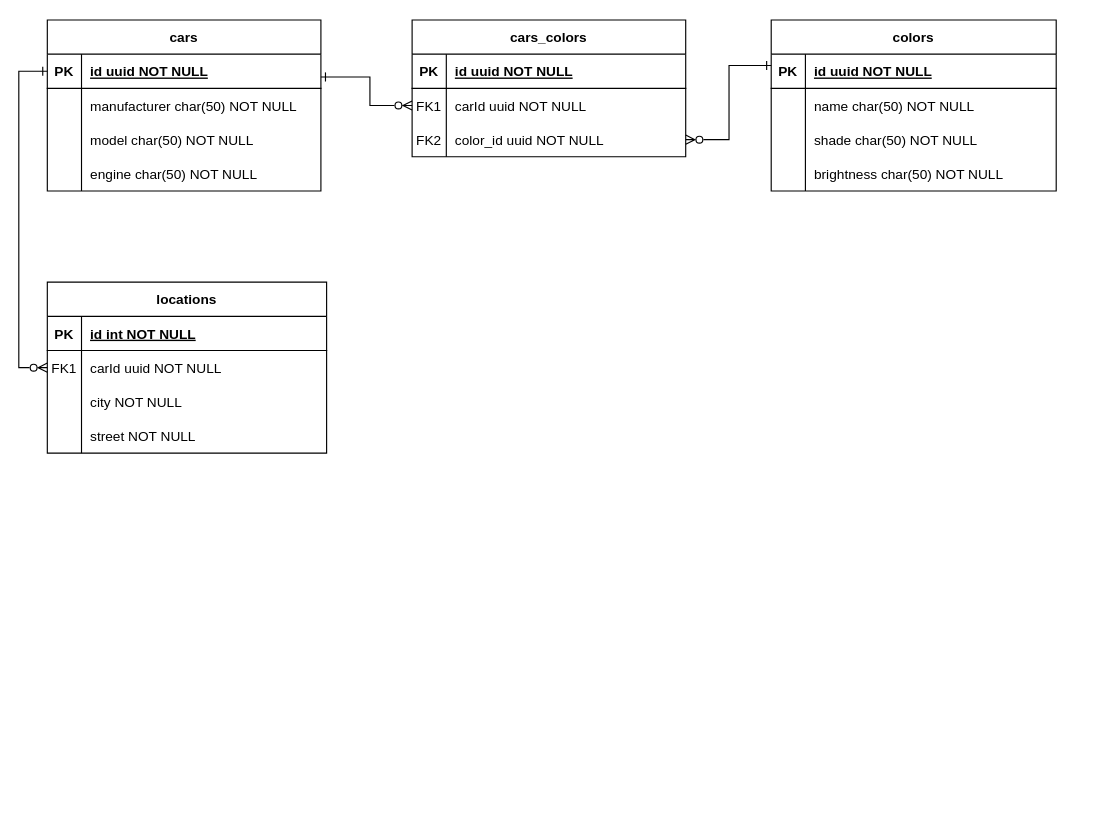
Before: ERD/nestjs-entity-demo.drawio.xml in kseventech/nestjs-entity-demo, a draw.io diagram. Source tidied: cells renumbered, new cells numbered last; positions are measured from the earlier drawing's top-left corner, leaving out a move shared by most shapes. Both pictures are drawn from the tidied source at 114%, with x=0, y=0 at pixel (18, 19).
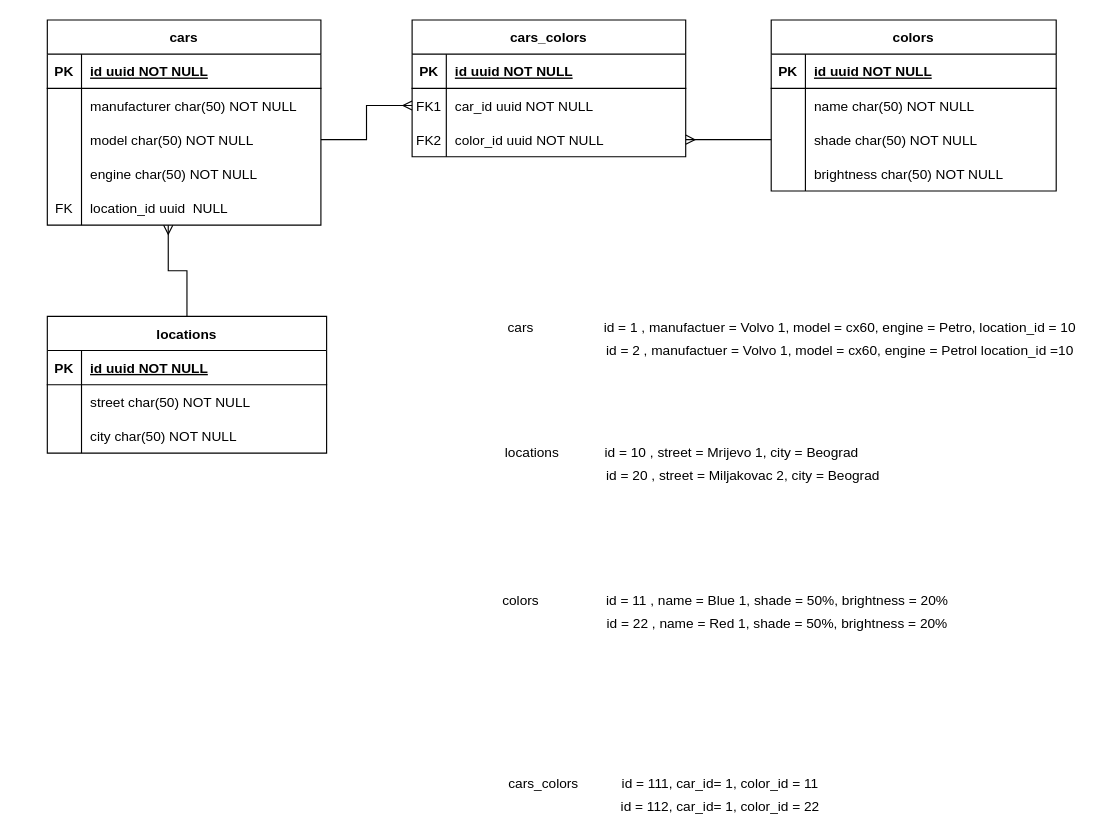
After the change.

The change refers to these unchanged cells:
```xml
<mxCell id="3" style="shape=partialRectangle;fillColor=none;top=0;left=0;right=0;bottom=1;" parent="2" vertex="1">
  <mxGeometry y="30" width="245" height="30" as="geometry" />
</mxCell>
<mxCell id="6" style="shape=partialRectangle;fillColor=none;points=[[0,0.5],[1,0.5]];portConstraint=eastwest;top=0;left=0;right=0;bottom=0;" parent="2" vertex="1">
  <mxGeometry y="60" width="245" height="30" as="geometry" />
</mxCell>
<mxCell id="9" style="shape=partialRectangle;fillColor=none;top=0;left=0;right=0;bottom=0;" parent="2" vertex="1">
  <mxGeometry y="90" width="245" height="30" as="geometry" />
</mxCell>
<mxCell id="17" style="shape=partialRectangle;fillColor=none;points=[[0,0.5],[1,0.5]];portConstraint=eastwest;top=0;left=0;right=0;bottom=1;" parent="16" vertex="1">
  <mxGeometry y="30" width="240" height="30" as="geometry" />
</mxCell>
<mxCell id="23" style="shape=partialRectangle;fillColor=none;points=[[0,0.5],[1,0.5]];portConstraint=eastwest;top=0;left=0;right=0;bottom=0;" parent="16" vertex="1">
  <mxGeometry y="90" width="240" height="30" as="geometry" />
</mxCell>
<mxCell id="33" style="shape=partialRectangle;fillColor=none;points=[[0,0.5],[1,0.5]];portConstraint=eastwest;top=0;left=0;right=0;bottom=0;" parent="29" vertex="1">
  <mxGeometry y="60" width="240" height="30" as="geometry" />
</mxCell>
<mxCell id="36" style="shape=partialRectangle;fillColor=none;points=[[0,0.5],[1,0.5]];portConstraint=eastwest;top=0;left=0;right=0;bottom=0;" parent="29" vertex="1">
  <mxGeometry y="90" width="240" height="30" as="geometry" />
</mxCell>
<mxCell id="40" value="colors" style="shape=table;startSize=30;childLayout=tableLayout;rowLines=0;fontStyle=1;align=center;" parent="1" vertex="1">
  <mxGeometry x="660" width="250" height="150" as="geometry" />
</mxCell>
<mxCell id="47" style="shape=partialRectangle;fillColor=none;points=[[0,0.5],[1,0.5]];portConstraint=eastwest;top=0;left=0;right=0;bottom=0;" parent="40" vertex="1">
  <mxGeometry y="90" width="250" height="30" as="geometry" />
</mxCell>
```

What changed in the source:
```diff
@@
+    <mxCell id="54" style="edgeStyle=orthogonalEdgeStyle;rounded=0;jettySize=auto;html=1;entryX=0.442;entryY=1;entryDx=0;entryDy=0;entryPerimeter=0;endArrow=ERmany;endFill=0;" parent="1" edge="1" source="2" target="55">
+      <mxGeometry relative="1" as="geometry" />
+    </mxCell>
     <mxCell id="2" value="locations" style="shape=table;startSize=30;childLayout=tableLayout;rowLines=0;fontStyle=1;align=center;" parent="1" vertex="1">
-      <mxGeometry x="25" y="230" width="245" height="150" as="geometry" />
+      <mxGeometry x="25" y="260" width="245" height="120" as="geometry" />
     </mxCell>
@@
-    <mxCell id="5" value="id int NOT NULL " style="shape=partialRectangle;overflow=hidden;fillColor=none;top=0;left=0;bottom=0;right=0;align=left;spacingLeft=6;fontStyle=5;" parent="3" vertex="1">
+    <mxCell id="5" value="id uuid NOT NULL " style="shape=partialRectangle;overflow=hidden;fillColor=none;top=0;left=0;bottom=0;right=0;align=left;spacingLeft=6;fontStyle=5;" parent="3" vertex="1">
       <mxGeometry x="30" width="215" height="30" as="geometry" />
     </mxCell>
@@
-    <mxCell id="7" value="FK1" style="shape=partialRectangle;overflow=hidden;fillColor=none;top=0;left=0;bottom=0;right=0;" parent="6" vertex="1">
+    <mxCell id="7" style="shape=partialRectangle;overflow=hidden;fillColor=none;top=0;left=0;bottom=0;right=0;" parent="6" vertex="1">
       <mxGeometry width="30" height="30" as="geometry" />
     </mxCell>
-    <mxCell id="8" value="carId uuid NOT NULL" style="shape=partialRectangle;overflow=hidden;fillColor=none;top=0;left=0;bottom=0;right=0;align=left;spacingLeft=6;" parent="6" vertex="1">
+    <mxCell id="8" value="street char(50) NOT NULL" style="shape=partialRectangle;overflow=hidden;fillColor=none;top=0;left=0;bottom=0;right=0;align=left;spacingLeft=6;" parent="6" vertex="1">
       <mxGeometry x="30" width="215" height="30" as="geometry" />
     </mxCell>
@@
-    <mxCell id="11" value="city NOT NULL" style="shape=partialRectangle;overflow=hidden;fillColor=none;top=0;left=0;bottom=0;right=0;align=left;spacingLeft=6;" parent="9" vertex="1">
+    <mxCell id="11" value="city char(50) NOT NULL" style="shape=partialRectangle;overflow=hidden;fillColor=none;top=0;left=0;bottom=0;right=0;align=left;spacingLeft=6;" parent="9" vertex="1">
       <mxGeometry x="30" width="215" height="30" as="geometry" />
     </mxCell>
-    <mxCell id="12" style="shape=partialRectangle;fillColor=none;top=0;left=0;right=0;bottom=0;" parent="2" vertex="1">
-      <mxGeometry y="120" width="245" height="30" as="geometry" />
-    </mxCell>
-    <mxCell id="13" style="shape=partialRectangle;overflow=hidden;fillColor=none;top=0;left=0;bottom=0;right=0;" parent="12" vertex="1">
-      <mxGeometry width="30" height="30" as="geometry" />
-    </mxCell>
-    <mxCell id="14" value="street NOT NULL" style="shape=partialRectangle;overflow=hidden;fillColor=none;top=0;left=0;bottom=0;right=0;align=left;spacingLeft=6;" parent="12" vertex="1">
-      <mxGeometry x="30" width="215" height="30" as="geometry" />
-    </mxCell>
-    <mxCell id="15" style="edgeStyle=orthogonalEdgeStyle;rounded=0;jettySize=auto;html=1;endArrow=ERzeroToMany;endFill=0;startArrow=ERone;startFill=0;" parent="1" edge="1" source="16" target="33">
-      <mxGeometry relative="1" as="geometry">
-        <Array as="points">
-          <mxPoint x="308" y="50" />
-          <mxPoint x="308" y="75" />
-        </Array>
-      </mxGeometry>
-    </mxCell>
     <mxCell id="16" value="cars" style="shape=table;startSize=30;childLayout=tableLayout;rowLines=0;fontStyle=1;align=center;" parent="1" vertex="1">
-      <mxGeometry x="25" width="240" height="150" as="geometry" />
+      <mxGeometry x="25" width="240" height="180" as="geometry" />
     </mxCell>
@@
+    <mxCell id="55" style="shape=partialRectangle;fillColor=none;points=[[0,0.5],[1,0.5]];portConstraint=eastwest;top=0;left=0;right=0;bottom=0;" parent="16" vertex="1">
+      <mxGeometry y="150" width="240" height="30" as="geometry" />
+    </mxCell>
+    <mxCell id="56" value="FK" style="shape=partialRectangle;overflow=hidden;fillColor=none;top=0;left=0;bottom=0;right=0;" parent="55" vertex="1">
+      <mxGeometry width="30" height="30" as="geometry" />
+    </mxCell>
+    <mxCell id="57" value="location_id uuid  NULL" style="shape=partialRectangle;overflow=hidden;fillColor=none;top=0;left=0;bottom=0;right=0;align=left;spacingLeft=6;" parent="55" vertex="1">
+      <mxGeometry x="30" width="210" height="30" as="geometry" />
+    </mxCell>
@@
-    <mxCell id="35" value="carId uuid NOT NULL" style="shape=partialRectangle;overflow=hidden;fillColor=none;top=0;left=0;bottom=0;right=0;align=left;spacingLeft=6;" parent="33" vertex="1">
+    <mxCell id="35" value="car_id uuid NOT NULL" style="shape=partialRectangle;overflow=hidden;fillColor=none;top=0;left=0;bottom=0;right=0;align=left;spacingLeft=6;" parent="33" vertex="1">
       <mxGeometry x="30" width="210" height="30" as="geometry" />
     </mxCell>
@@
-    <mxCell id="39" style="edgeStyle=orthogonalEdgeStyle;rounded=0;jettySize=auto;html=1;endArrow=ERzeroToMany;endFill=0;startArrow=ERone;startFill=0;" parent="1" edge="1" source="40" target="36">
-      <mxGeometry relative="1" as="geometry">
-        <Array as="points">
-          <mxPoint x="660" y="40" />
-          <mxPoint x="623" y="40" />
-          <mxPoint x="623" y="105" />
-        </Array>
-      </mxGeometry>
-    </mxCell>
@@
-    <mxCell id="53" style="endArrow=ERone;html=1;rounded=0;endFill=0;entryX=0;entryY=0.5;entryDx=0;entryDy=0;exitX=0;exitY=0.5;exitDx=0;exitDy=0;startArrow=ERzeroToMany;startFill=0;" parent="1" edge="1" source="6" target="17">
-      <mxGeometry relative="1" as="geometry">
-        <Array as="points">
-          <mxPoint y="305" />
-          <mxPoint y="45" />
-        </Array>
-      </mxGeometry>
-    </mxCell>
+    <mxCell id="58" value="cars" style="text;html=1;align=center;verticalAlign=middle;strokeColor=none;fillColor=none;" parent="1" vertex="1">
+      <mxGeometry x="420" y="260" width="40" height="20" as="geometry" />
+    </mxCell>
+    <mxCell id="59" value="cars_colors" style="text;html=1;align=center;verticalAlign=middle;strokeColor=none;fillColor=none;" parent="1" vertex="1">
+      <mxGeometry x="420" y="660" width="80" height="20" as="geometry" />
+    </mxCell>
+    <mxCell id="60" value="&lt;div&gt;colors&lt;/div&gt;" style="text;html=1;align=center;verticalAlign=middle;strokeColor=none;fillColor=none;" parent="1" vertex="1">
+      <mxGeometry x="415" y="500" width="50" height="20" as="geometry" />
+    </mxCell>
+    <mxCell id="61" value="locations" style="text;html=1;align=center;verticalAlign=middle;strokeColor=none;fillColor=none;" parent="1" vertex="1">
+      <mxGeometry x="420" y="370" width="60" height="20" as="geometry" />
+    </mxCell>
+    <mxCell id="62" value="id = 10 , street = Mrijevo 1, city = Beograd" style="text;html=1;align=center;verticalAlign=middle;strokeColor=none;fillColor=none;" parent="1" vertex="1">
+      <mxGeometry x="505" y="370" width="240" height="20" as="geometry" />
+    </mxCell>
+    <mxCell id="63" value="id = 20 , street = Miljakovac 2, city = Beograd" style="text;html=1;align=center;verticalAlign=middle;strokeColor=none;fillColor=none;" parent="1" vertex="1">
+      <mxGeometry x="510" y="390" width="250" height="20" as="geometry" />
+    </mxCell>
+    <mxCell id="64" value="id = 1 , manufactuer = Volvo 1, model = cx60, engine = Petro, location_id = 10" style="text;html=1;align=center;verticalAlign=middle;strokeColor=none;fillColor=none;" parent="1" vertex="1">
+      <mxGeometry x="505" y="260" width="430" height="20" as="geometry" />
+    </mxCell>
+    <mxCell id="65" value="id = 11 , name = Blue 1, shade = 50%, brightness = 20%" style="text;html=1;align=center;verticalAlign=middle;strokeColor=none;fillColor=none;" parent="1" vertex="1">
+      <mxGeometry x="505" y="500" width="320" height="20" as="geometry" />
+    </mxCell>
+    <mxCell id="66" value="id = 111, car_id= 1, color_id = 11" style="text;html=1;align=center;verticalAlign=middle;strokeColor=none;fillColor=none;" parent="1" vertex="1">
+      <mxGeometry x="520" y="660" width="190" height="20" as="geometry" />
+    </mxCell>
+    <mxCell id="67" value="id = 22 , name = Red 1, shade = 50%, brightness = 20%" style="text;html=1;align=center;verticalAlign=middle;strokeColor=none;fillColor=none;" parent="1" vertex="1">
+      <mxGeometry x="510" y="520" width="310" height="20" as="geometry" />
+    </mxCell>
+    <mxCell id="68" value="id = 112, car_id= 1, color_id = 22" style="text;html=1;align=center;verticalAlign=middle;strokeColor=none;fillColor=none;" parent="1" vertex="1">
+      <mxGeometry x="520" y="680" width="190" height="20" as="geometry" />
+    </mxCell>
+    <mxCell id="69" value="id = 2 , manufactuer = Volvo 1, model = cx60, engine = Petrol location_id =10" style="text;html=1;align=center;verticalAlign=middle;strokeColor=none;fillColor=none;" parent="1" vertex="1">
+      <mxGeometry x="510" y="280" width="420" height="20" as="geometry" />
+    </mxCell>
+    <mxCell id="70" style="edgeStyle=orthogonalEdgeStyle;rounded=0;jettySize=auto;html=1;entryX=0;entryY=0.5;entryDx=0;entryDy=0;endArrow=ERmany;endFill=0;" parent="1" edge="1" source="23" target="33">
+      <mxGeometry relative="1" as="geometry" />
+    </mxCell>
+    <mxCell id="71" style="edgeStyle=orthogonalEdgeStyle;rounded=0;jettySize=auto;html=1;entryX=1;entryY=0.5;entryDx=0;entryDy=0;endArrow=ERmany;endFill=0;" parent="1" edge="1" source="47" target="36">
+      <mxGeometry relative="1" as="geometry" />
+    </mxCell>
```
